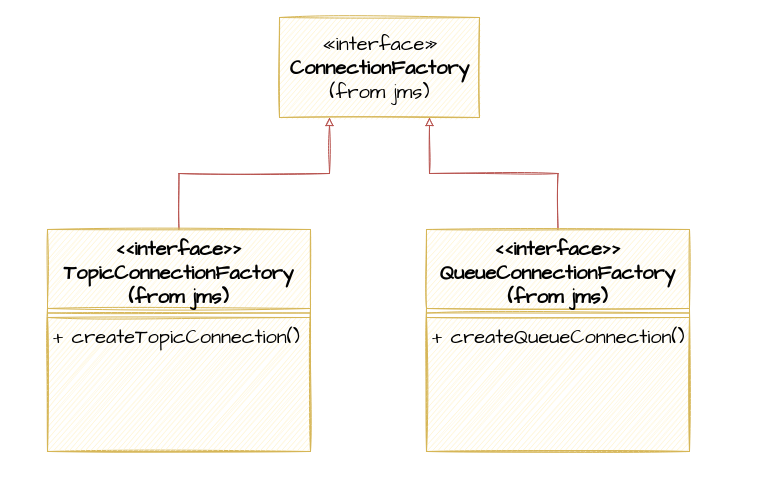
The draw.io diagram img/source/img15.drawio in dariodenardi/Sistemi-Distribuiti-M, before the edit. Source tidied: cells renumbered, new cells numbered last; positions are measured from the earlier drawing's top-left corner, leaving out a move shared by most shapes. Both pictures are drawn from the tidied source at 100%, with x=0, y=0 at pixel (47, 17).
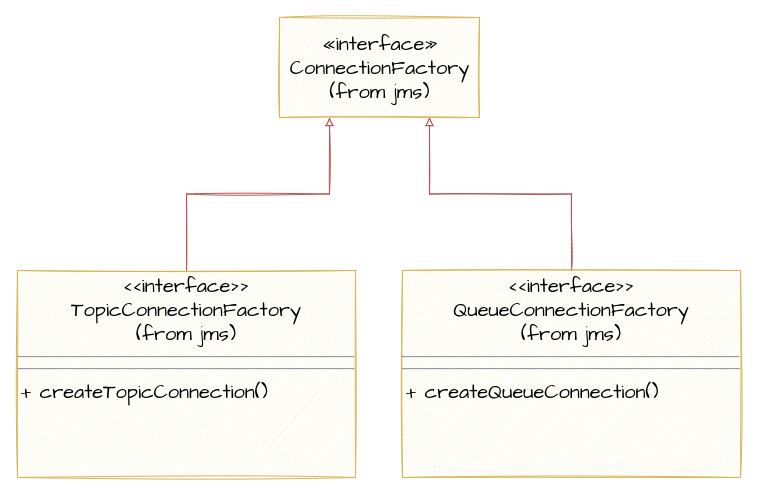
After the change.

Change to the diagram source:
```diff
@@
 <mxGraphModel>
   <root>
     <mxCell id="0" />
     <mxCell id="1" parent="0" />
-    <mxCell id="2" value="«interface»&lt;br&gt;&lt;div&gt;&lt;b&gt;ConnectionFactory&lt;/b&gt;&lt;/div&gt;&lt;div&gt;(from jms)&lt;/div&gt;" style="html=1;sketch=1;fontFamily=Architects Daughter;fontSize=20;fillColor=#fff2cc;strokeColor=#d6b656;" parent="1" vertex="1">
+    <mxCell id="2" value="«interface»&lt;br&gt;&lt;div&gt;ConnectionFactory&lt;/div&gt;&lt;div&gt;(from jms)&lt;/div&gt;" style="html=1;sketch=1;fontFamily=Architects Daughter;fontSize=20;fillColor=#fff2cc;strokeColor=#d6b656;" parent="1" vertex="1">
       <mxGeometry x="232" width="200" height="100" as="geometry" />
     </mxCell>
-    <mxCell id="3" style="edgeStyle=orthogonalEdgeStyle;rounded=0;sketch=1;jettySize=auto;html=1;exitX=0.5;exitY=0;exitDx=0;exitDy=0;entryX=0.25;entryY=1;entryDx=0;entryDy=0;fontFamily=Architects Daughter;fontSize=20;startArrow=none;startFill=0;endArrow=block;endFill=0;fillColor=#f8cecc;strokeColor=#b85450;" parent="1" edge="1" source="4" target="2">
-      <mxGeometry relative="1" as="geometry" />
-    </mxCell>
-    <mxCell id="4" value="&lt;&lt;interface&gt;&gt;&#10;TopicConnectionFactory&#10;(from jms)&#10;" style="swimlane;fontStyle=1;align=center;verticalAlign=top;horizontal=1;startSize=79;sketch=1;fontFamily=Architects Daughter;fontSize=20;fillColor=#fff2cc;strokeColor=#d6b656;" parent="1" vertex="1">
-      <mxGeometry y="212" width="263" height="222" as="geometry" />
-    </mxCell>
-    <mxCell id="5" style="line;strokeWidth=1;fillColor=#fff2cc;align=left;verticalAlign=middle;spacingTop=-1;spacingLeft=3;spacingRight=3;labelPosition=right;sketch=1;fontFamily=Architects Daughter;fontSize=20;strokeColor=#d6b656;" parent="4" vertex="1">
-      <mxGeometry y="79" width="263" height="9" as="geometry" />
-    </mxCell>
-    <mxCell id="6" value="+ createTopicConnection()" style="text;strokeColor=#d6b656;fillColor=#fff2cc;align=left;verticalAlign=top;spacingLeft=4;spacingRight=4;overflow=hidden;sketch=1;fontFamily=Architects Daughter;fontSize=20;" parent="4" vertex="1">
-      <mxGeometry y="88" width="263" height="134" as="geometry" />
-    </mxCell>
-    <mxCell id="7" style="edgeStyle=orthogonalEdgeStyle;rounded=0;sketch=1;jettySize=auto;html=1;entryX=0.75;entryY=1;entryDx=0;entryDy=0;fontFamily=Architects Daughter;fontSize=20;startArrow=none;startFill=0;endArrow=block;endFill=0;fillColor=#f8cecc;strokeColor=#b85450;" parent="1" edge="1" source="8" target="2">
-      <mxGeometry relative="1" as="geometry" />
-    </mxCell>
-    <mxCell id="8" value="&lt;&lt;interface&gt;&gt;&#10;QueueConnectionFactory&#10;(from jms)&#10;" style="swimlane;fontStyle=1;align=center;verticalAlign=top;horizontal=1;startSize=79;sketch=1;fontFamily=Architects Daughter;fontSize=20;fillColor=#fff2cc;strokeColor=#d6b656;" parent="1" vertex="1">
-      <mxGeometry x="379" y="212" width="263" height="222" as="geometry" />
-    </mxCell>
-    <mxCell id="9" style="line;strokeWidth=1;fillColor=#fff2cc;align=left;verticalAlign=middle;spacingTop=-1;spacingLeft=3;spacingRight=3;labelPosition=right;sketch=1;fontFamily=Architects Daughter;fontSize=20;strokeColor=#d6b656;" parent="8" vertex="1">
-      <mxGeometry y="79" width="263" height="9" as="geometry" />
-    </mxCell>
-    <mxCell id="10" value="+ createQueueConnection()" style="text;strokeColor=#d6b656;fillColor=#fff2cc;align=left;verticalAlign=top;spacingLeft=4;spacingRight=4;overflow=hidden;sketch=1;fontFamily=Architects Daughter;fontSize=20;" parent="8" vertex="1">
-      <mxGeometry y="88" width="263" height="134" as="geometry" />
-    </mxCell>
+    <mxCell id="11" style="edgeStyle=orthogonalEdgeStyle;rounded=0;jettySize=auto;html=1;entryX=0.25;entryY=1;entryDx=0;entryDy=0;endArrow=block;endFill=0;fillColor=#f8cecc;strokeColor=#b85450;sketch=1;" parent="1" edge="1" source="12" target="2">
+      <mxGeometry relative="1" as="geometry" />
+    </mxCell>
+    <mxCell id="12" value="&lt;p style=&quot;margin: 4px 0px 0px ; text-align: center ; font-size: 20px&quot;&gt;&amp;lt;&amp;lt;interface&amp;gt;&amp;gt;&lt;br&gt;TopicConnectionFactory&lt;br&gt;(from jms)&lt;/p&gt;&lt;hr style=&quot;font-size: 20px&quot;&gt;&lt;hr style=&quot;font-size: 20px&quot;&gt;&lt;p style=&quot;margin: 0px 0px 0px 4px ; font-size: 20px&quot;&gt;+ createTopicConnection()&lt;/p&gt;" style="verticalAlign=top;align=left;overflow=fill;fontSize=20;fontFamily=Architects Daughter;html=1;sketch=1;fillColor=#fff2cc;strokeColor=#d6b656;" parent="1" vertex="1">
+      <mxGeometry x="-30" y="253" width="338" height="207" as="geometry" />
+    </mxCell>
+    <mxCell id="13" style="edgeStyle=orthogonalEdgeStyle;rounded=0;jettySize=auto;html=1;entryX=0.75;entryY=1;entryDx=0;entryDy=0;endArrow=block;endFill=0;fillColor=#f8cecc;strokeColor=#b85450;sketch=1;" parent="1" edge="1" source="14" target="2">
+      <mxGeometry relative="1" as="geometry" />
+    </mxCell>
+    <mxCell id="14" value="&lt;p style=&quot;margin: 4px 0px 0px ; text-align: center ; font-size: 20px&quot;&gt;&amp;lt;&amp;lt;interface&amp;gt;&amp;gt;&lt;br&gt;QueueConnectionFactory&lt;br&gt;(from jms)&lt;/p&gt;&lt;hr style=&quot;font-size: 20px&quot;&gt;&lt;hr style=&quot;font-size: 20px&quot;&gt;&lt;p style=&quot;margin: 0px 0px 0px 4px ; font-size: 20px&quot;&gt;+ createQueueConnection()&lt;/p&gt;" style="verticalAlign=top;align=left;overflow=fill;fontSize=20;fontFamily=Architects Daughter;html=1;sketch=1;fillColor=#fff2cc;strokeColor=#d6b656;" parent="1" vertex="1">
+      <mxGeometry x="355" y="253" width="338" height="207" as="geometry" />
+    </mxCell>
   </root>
 </mxGraphModel>
```
